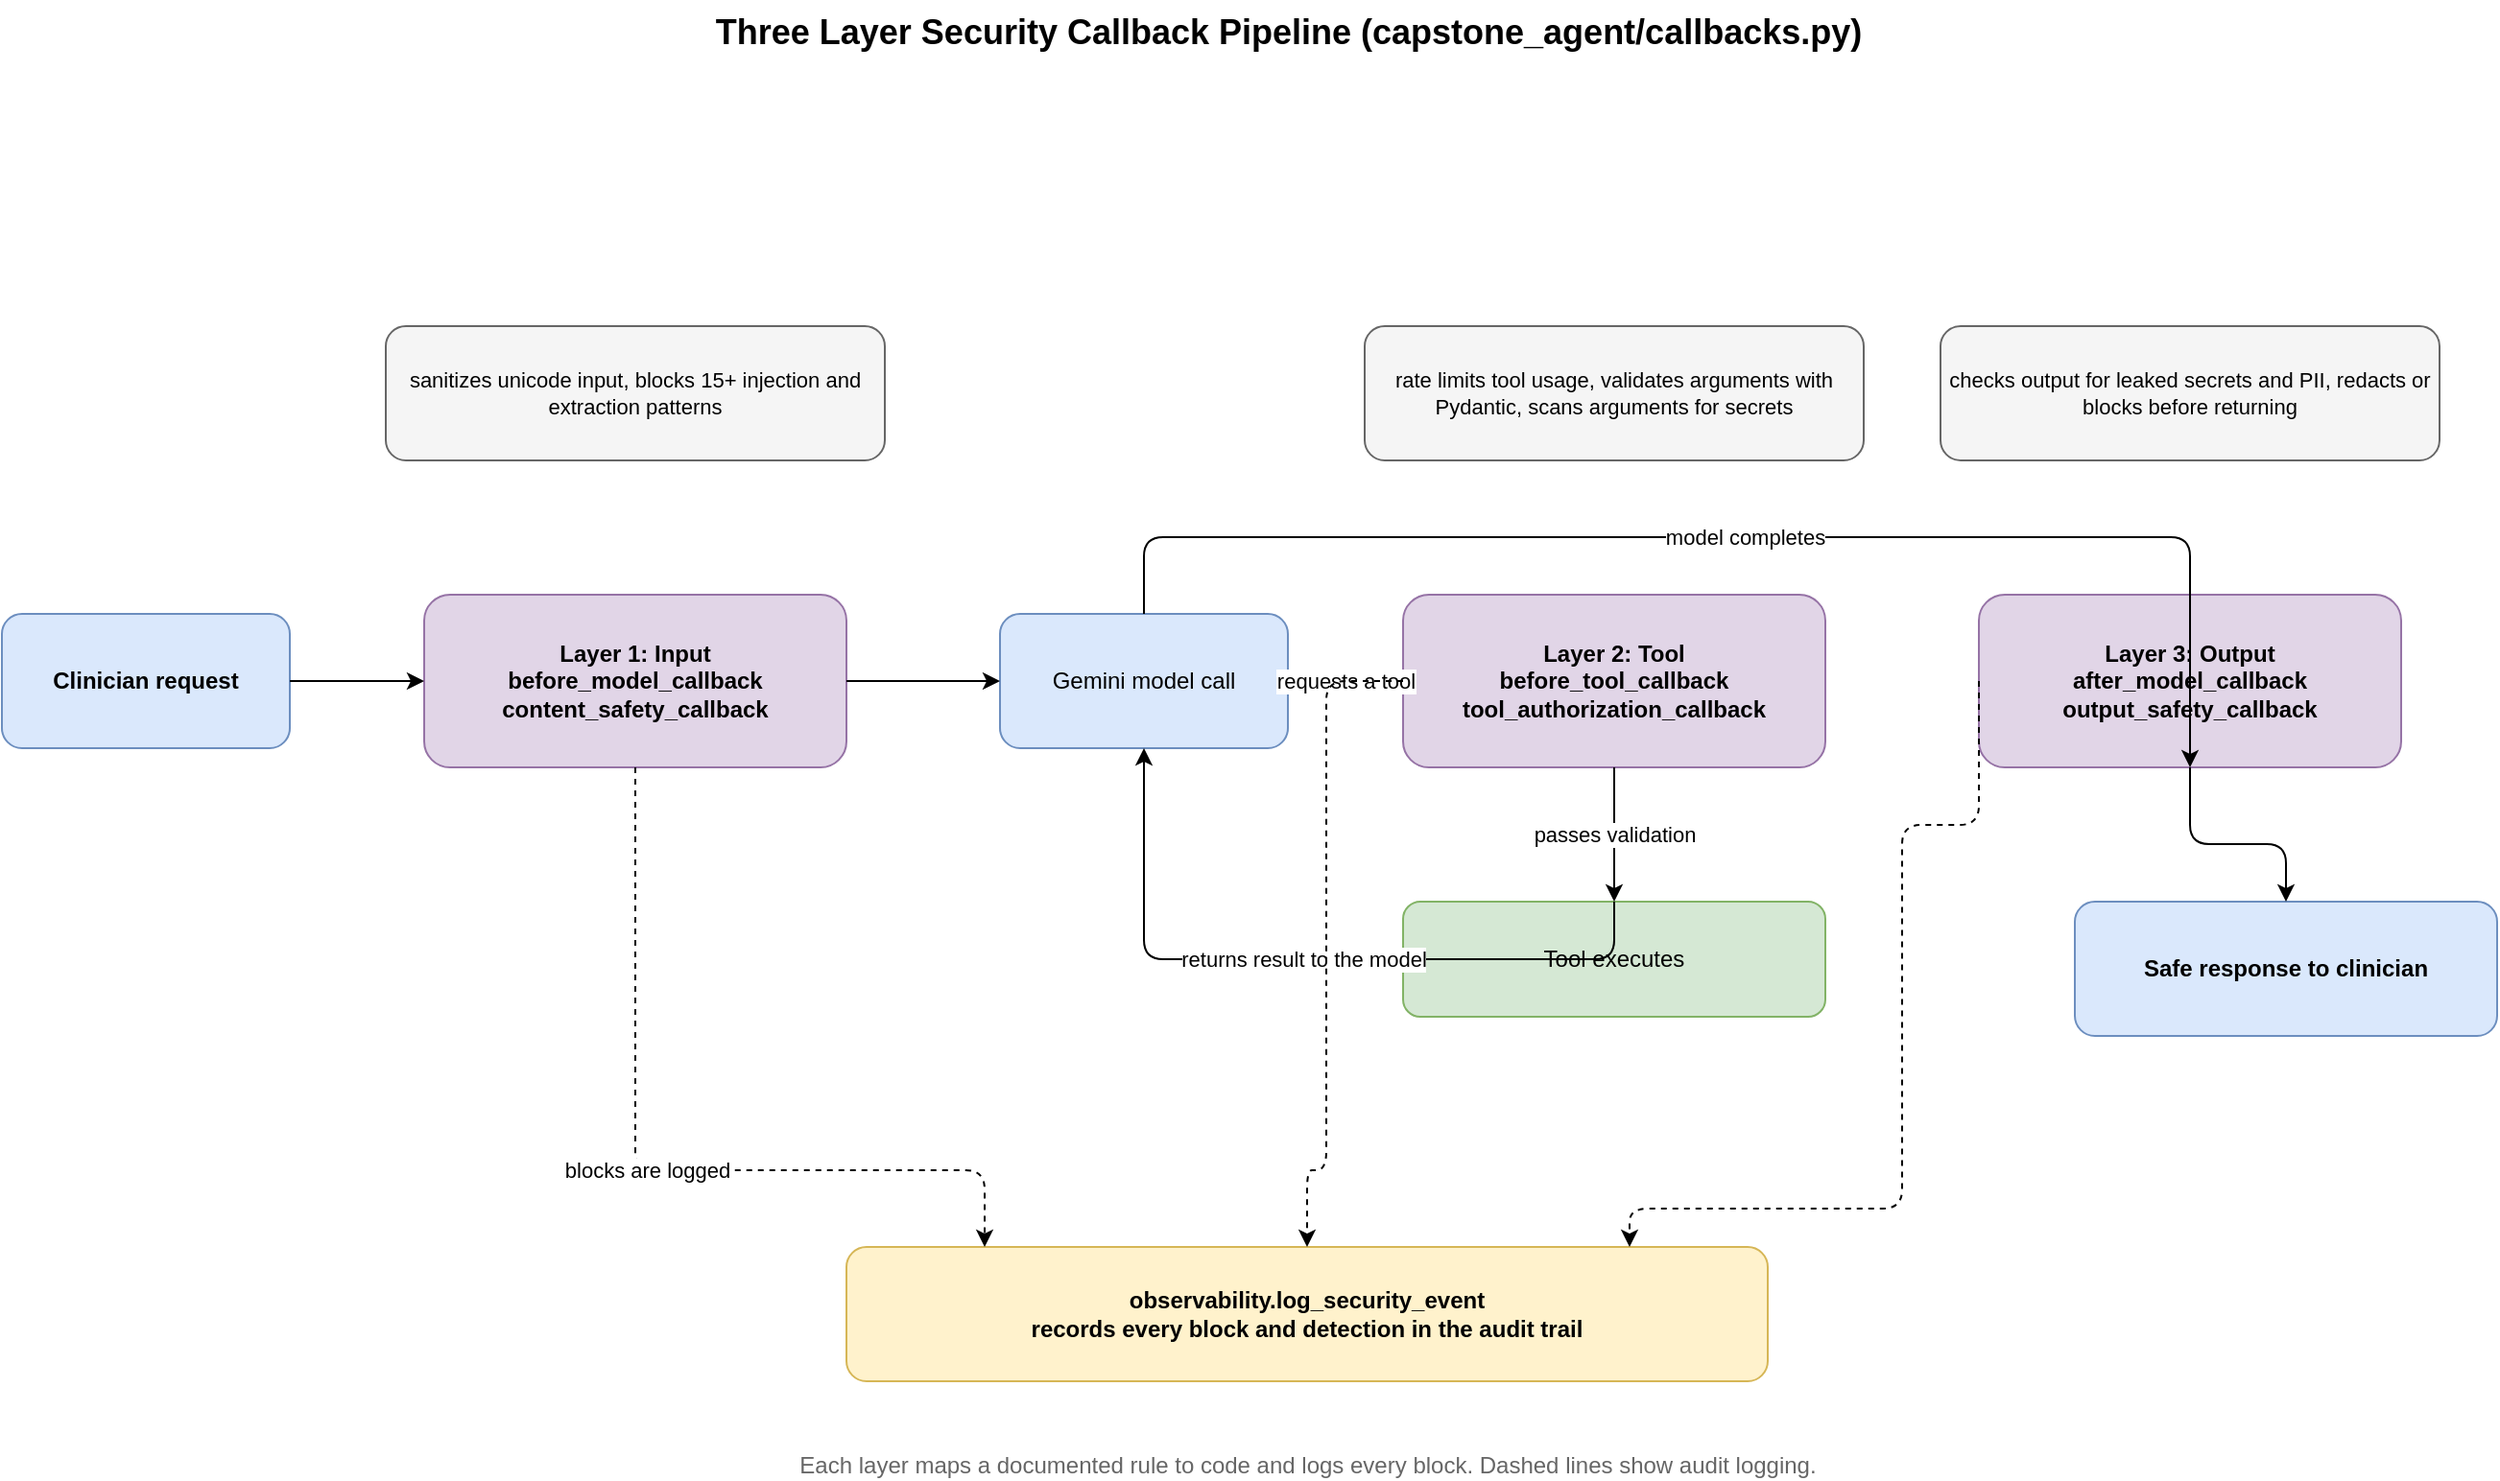
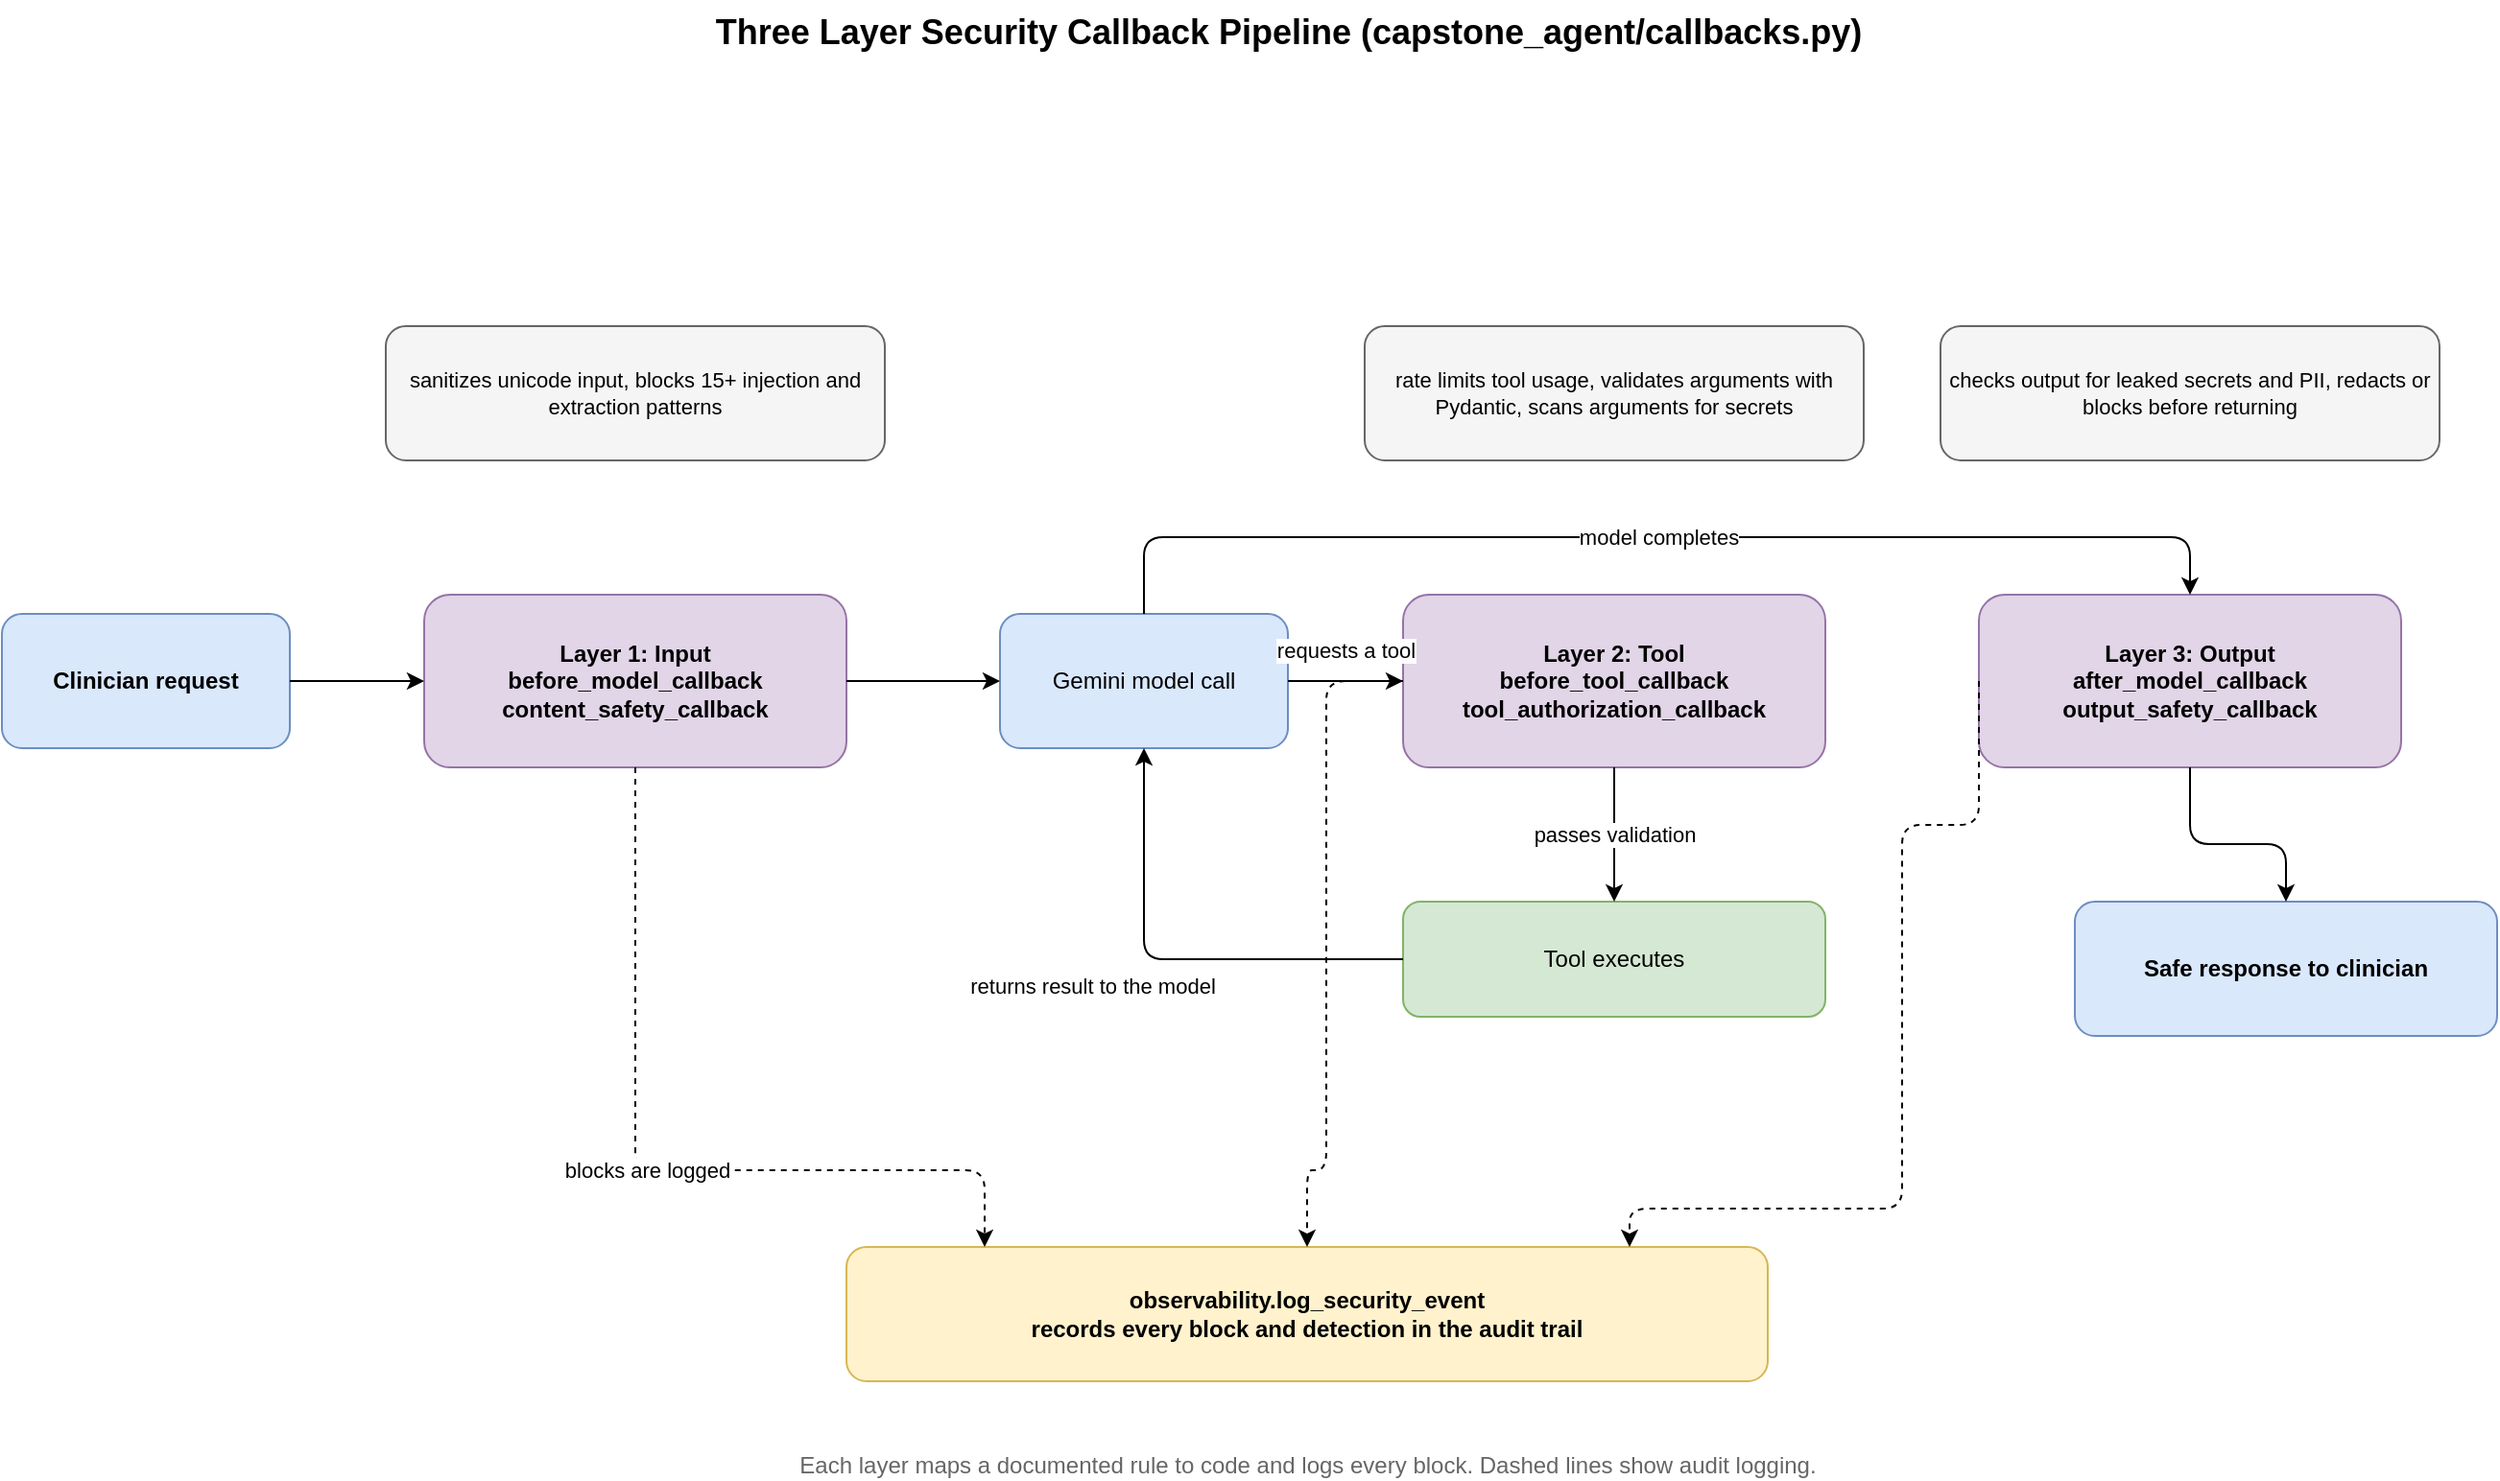
<?xml version="1.0" encoding="UTF-8"?>
<mxfile host="drawio" version="26.0.0">
  <diagram name="Security Pipeline">
    <mxGraphModel dx="1300" dy="900" grid="1" gridSize="10" page="1" pageWidth="1420" pageHeight="820">
      <root>
        <mxCell id="0" />
        <mxCell id="1" parent="0" />
        <mxCell id="title" value="Three Layer Security Callback Pipeline (capstone_agent/callbacks.py)" style="text;html=1;fontSize=18;fontStyle=1;align=center;" vertex="1" parent="1">
          <mxGeometry x="330" y="10" width="760" height="30" as="geometry" />
        </mxCell>
        <mxCell id="user" value="Clinician request" style="rounded=1;whiteSpace=wrap;html=1;fillColor=#dae8fc;strokeColor=#6c8ebf;fontStyle=1;" vertex="1" parent="1">
          <mxGeometry x="40" y="330" width="150" height="70" as="geometry" />
        </mxCell>
        <mxCell id="lay1" value="Layer 1: Input&#xa;before_model_callback&#xa;content_safety_callback" style="rounded=1;whiteSpace=wrap;html=1;fillColor=#e1d5e7;strokeColor=#9673a6;fontStyle=1;" vertex="1" parent="1">
          <mxGeometry x="260" y="320" width="220" height="90" as="geometry" />
        </mxCell>
        <mxCell id="lay1d" value="sanitizes unicode input, blocks 15+ injection and extraction patterns" style="rounded=1;whiteSpace=wrap;html=1;fillColor=#f5f5f5;strokeColor=#666666;fontSize=11;" vertex="1" parent="1">
          <mxGeometry x="240" y="180" width="260" height="70" as="geometry" />
        </mxCell>
        <mxCell id="model" value="Gemini model call" style="rounded=1;whiteSpace=wrap;html=1;fillColor=#dae8fc;strokeColor=#6c8ebf;" vertex="1" parent="1">
          <mxGeometry x="560" y="330" width="150" height="70" as="geometry" />
        </mxCell>
        <mxCell id="lay2" value="Layer 2: Tool&#xa;before_tool_callback&#xa;tool_authorization_callback" style="rounded=1;whiteSpace=wrap;html=1;fillColor=#e1d5e7;strokeColor=#9673a6;fontStyle=1;" vertex="1" parent="1">
          <mxGeometry x="770" y="320" width="220" height="90" as="geometry" />
        </mxCell>
        <mxCell id="lay2d" value="rate limits tool usage, validates arguments with Pydantic, scans arguments for secrets" style="rounded=1;whiteSpace=wrap;html=1;fillColor=#f5f5f5;strokeColor=#666666;fontSize=11;" vertex="1" parent="1">
          <mxGeometry x="750" y="180" width="260" height="70" as="geometry" />
        </mxCell>
        <mxCell id="tool" value="Tool executes" style="rounded=1;whiteSpace=wrap;html=1;fillColor=#d5e8d4;strokeColor=#82b366;" vertex="1" parent="1">
          <mxGeometry x="770" y="480" width="220" height="60" as="geometry" />
        </mxCell>
        <mxCell id="lay3" value="Layer 3: Output&#xa;after_model_callback&#xa;output_safety_callback" style="rounded=1;whiteSpace=wrap;html=1;fillColor=#e1d5e7;strokeColor=#9673a6;fontStyle=1;" vertex="1" parent="1">
          <mxGeometry x="1070" y="320" width="220" height="90" as="geometry" />
        </mxCell>
        <mxCell id="lay3d" value="checks output for leaked secrets and PII, redacts or blocks before returning" style="rounded=1;whiteSpace=wrap;html=1;fillColor=#f5f5f5;strokeColor=#666666;fontSize=11;" vertex="1" parent="1">
          <mxGeometry x="1050" y="180" width="260" height="70" as="geometry" />
        </mxCell>
        <mxCell id="resp" value="Safe response to clinician" style="rounded=1;whiteSpace=wrap;html=1;fillColor=#dae8fc;strokeColor=#6c8ebf;fontStyle=1;" vertex="1" parent="1">
          <mxGeometry x="1120" y="480" width="220" height="70" as="geometry" />
        </mxCell>
        <mxCell id="audit" value="observability.log_security_event&#xa;records every block and detection in the audit trail" style="rounded=1;whiteSpace=wrap;html=1;fillColor=#fff2cc;strokeColor=#d6b656;fontStyle=1;" vertex="1" parent="1">
          <mxGeometry x="480" y="660" width="480" height="70" as="geometry" />
        </mxCell>
        <mxCell id="e1" style="edgeStyle=orthogonalEdgeStyle;rounded=1;orthogonalLoop=1;jettySize=auto;html=1;exitX=1;exitY=0.5;entryX=0;entryY=0.5;" edge="1" parent="1" source="user" target="lay1">
          <mxGeometry relative="1" as="geometry" />
        </mxCell>
        <mxCell id="e2" style="edgeStyle=orthogonalEdgeStyle;rounded=1;orthogonalLoop=1;jettySize=auto;html=1;exitX=1;exitY=0.5;entryX=0;entryY=0.5;" edge="1" parent="1" source="lay1" target="model">
          <mxGeometry relative="1" as="geometry" />
        </mxCell>
        <mxCell id="e3" value="requests a tool" style="edgeStyle=orthogonalEdgeStyle;rounded=1;orthogonalLoop=1;jettySize=auto;html=1;exitX=1;exitY=0.5;entryX=0;entryY=0.5;labelBackgroundColor=#ffffff;fontSize=11;" edge="1" parent="1" source="model" target="lay2">
-           <mxGeometry relative="1" as="geometry" />
+           <mxGeometry relative="1" as="geometry">
+             <mxPoint as="offset" x="0" y="-16" />
+           </mxGeometry>
        </mxCell>
        <mxCell id="e4" value="passes validation" style="edgeStyle=orthogonalEdgeStyle;rounded=1;orthogonalLoop=1;jettySize=auto;html=1;exitX=0.5;exitY=1;entryX=0.5;entryY=0;labelBackgroundColor=#ffffff;fontSize=11;" edge="1" parent="1" source="lay2" target="tool">
          <mxGeometry relative="1" as="geometry" />
        </mxCell>
-         <mxCell id="e5" value="returns result to the model" style="edgeStyle=orthogonalEdgeStyle;rounded=1;orthogonalLoop=1;jettySize=auto;html=1;exitX=0.5;exitY=0;entryX=0.5;entryY=1;labelBackgroundColor=#ffffff;fontSize=11;" edge="1" parent="1" source="tool" target="model">
+         <mxCell id="e5" value="returns result to the model" style="edgeStyle=orthogonalEdgeStyle;rounded=1;orthogonalLoop=1;jettySize=auto;html=1;exitX=0;exitY=0.5;entryX=0.5;entryY=1;labelBackgroundColor=#ffffff;fontSize=11;" edge="1" parent="1" source="tool" target="model">
          <mxGeometry relative="1" as="geometry">
            <Array as="points">
              <mxPoint x="635" y="510" />
            </Array>
+             <mxPoint as="offset" x="-40" y="14" />
          </mxGeometry>
        </mxCell>
-         <mxCell id="e6" value="model completes" style="edgeStyle=orthogonalEdgeStyle;rounded=1;orthogonalLoop=1;jettySize=auto;html=1;exitX=0.5;exitY=0;entryX=0.5;entryY=1;labelBackgroundColor=#ffffff;fontSize=11;" edge="1" parent="1" source="model" target="lay3">
+         <mxCell id="e6" value="model completes" style="edgeStyle=orthogonalEdgeStyle;rounded=1;orthogonalLoop=1;jettySize=auto;html=1;exitX=0.5;exitY=0;entryX=0.5;entryY=0;labelBackgroundColor=#ffffff;fontSize=11;" edge="1" parent="1" source="model" target="lay3">
          <mxGeometry relative="1" as="geometry">
            <Array as="points">
              <mxPoint x="635" y="290" />
              <mxPoint x="1180" y="290" />
            </Array>
          </mxGeometry>
        </mxCell>
        <mxCell id="e7" style="edgeStyle=orthogonalEdgeStyle;rounded=1;orthogonalLoop=1;jettySize=auto;html=1;exitX=0.5;exitY=1;entryX=0.5;entryY=0;" edge="1" parent="1" source="lay3" target="resp">
          <mxGeometry relative="1" as="geometry">
            <Array as="points">
              <mxPoint x="1230" y="450" />
            </Array>
          </mxGeometry>
        </mxCell>
        <mxCell id="a1" value="blocks are logged" style="edgeStyle=orthogonalEdgeStyle;rounded=1;orthogonalLoop=1;jettySize=auto;html=1;dashed=1;exitX=0.5;exitY=1;entryX=0.15;entryY=0;labelBackgroundColor=#ffffff;fontSize=11;" edge="1" parent="1" source="lay1" target="audit">
          <mxGeometry relative="1" as="geometry">
            <Array as="points">
              <mxPoint x="370" y="620" />
            </Array>
          </mxGeometry>
        </mxCell>
        <mxCell id="a2" style="edgeStyle=orthogonalEdgeStyle;rounded=1;orthogonalLoop=1;jettySize=auto;html=1;dashed=1;exitX=0;exitY=0.5;entryX=0.5;entryY=0;" edge="1" parent="1" source="lay2" target="audit">
          <mxGeometry relative="1" as="geometry">
            <Array as="points">
              <mxPoint x="730" y="620" />
              <mxPoint x="720" y="620" />
            </Array>
          </mxGeometry>
        </mxCell>
        <mxCell id="a3" style="edgeStyle=orthogonalEdgeStyle;rounded=1;orthogonalLoop=1;jettySize=auto;html=1;dashed=1;exitX=0;exitY=0.5;entryX=0.85;entryY=0;" edge="1" parent="1" source="lay3" target="audit">
          <mxGeometry relative="1" as="geometry">
            <Array as="points">
              <mxPoint x="1030" y="440" />
              <mxPoint x="1030" y="640" />
              <mxPoint x="888" y="640" />
            </Array>
          </mxGeometry>
        </mxCell>
        <mxCell id="v1" value="Each layer maps a documented rule to code and logs every block. Dashed lines show audit logging." style="text;html=1;fontSize=12;align=center;fontColor=#666666;" vertex="1" parent="1">
          <mxGeometry x="440" y="760" width="560" height="20" as="geometry" />
        </mxCell>
      </root>
    </mxGraphModel>
  </diagram>
</mxfile>
